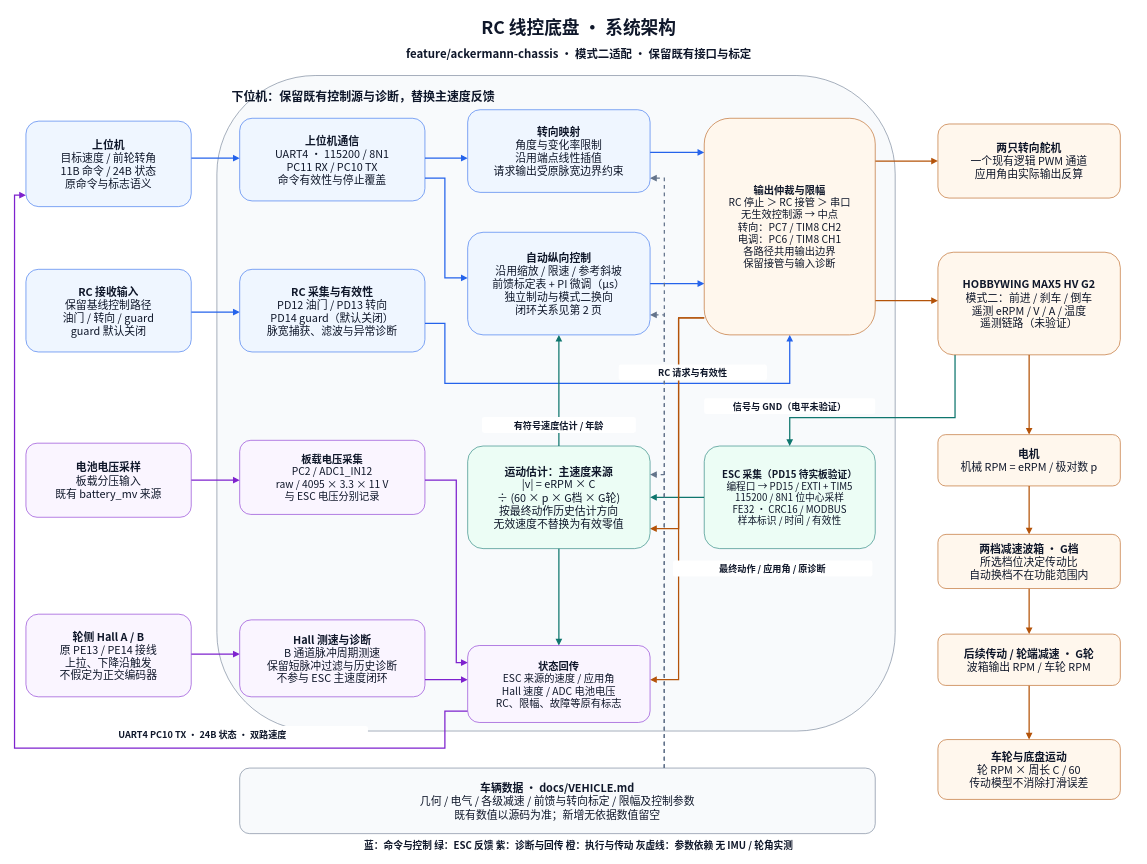
Before: page "01 系统架构与数据来源" (1 of 2) of docs/diagrams/chassis.drawio in XM-LEES/RCCar-Firmware, a draw.io diagram. Source tidied: cells renumbered, new cells numbered last; positions are measured from the earlier drawing's top-left corner, leaving out a move shared by most shapes. Both pictures are drawn from the tidied source at 57%, with x=0, y=0 at pixel (14, 10).
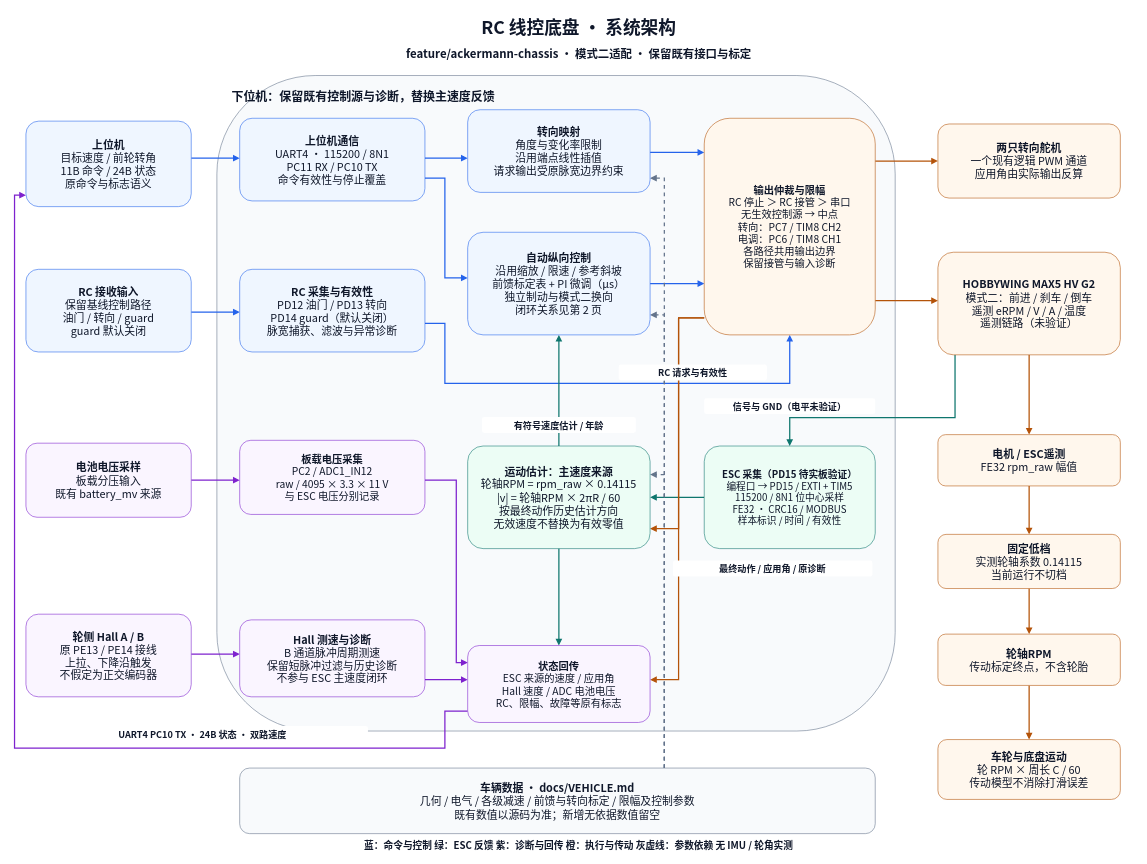
The same diagram, later.

Diff of the diagram source:
```diff
@@
-    <mxCell id="43" value="&lt;b&gt;运动估计：主速度来源&lt;/b&gt;&lt;br&gt;|v| = eRPM × C&lt;br&gt;÷ (60 × p × G档 × G轮)&lt;br&gt;按最终动作历史估计方向&lt;br&gt;无效速度不替换为有效零值" style="rounded=1;whiteSpace=wrap;html=1;fontFamily=Noto Sans CJK SC;fontSize=19;fontColor=#0f172a;fillColor=#ecfdf5;strokeColor=#0f766e;spacing=8;" parent="1" vertex="1">
+    <mxCell id="43" value="&lt;b&gt;运动估计：主速度来源&lt;/b&gt;&lt;br&gt;轮轴RPM = rpm_raw × 0.14115&lt;br&gt;|v| = 轮轴RPM × 2πR / 60&lt;br&gt;按最终动作历史估计方向&lt;br&gt;无效速度不替换为有效零值" style="rounded=1;whiteSpace=wrap;html=1;fontFamily=Noto Sans CJK SC;fontSize=19;fontColor=#0f172a;fillColor=#ecfdf5;strokeColor=#0f766e;spacing=8;" parent="1" vertex="1">
       <mxGeometry x="795" y="765" width="320" height="180" as="geometry" />
     </mxCell>
@@
-    <mxCell id="48" value="&lt;b&gt;电机&lt;/b&gt;&lt;br&gt;机械 RPM = eRPM / 极对数 p" style="rounded=1;whiteSpace=wrap;html=1;fontFamily=Noto Sans CJK SC;fontSize=19;fontColor=#0f172a;fillColor=#fff7ed;strokeColor=#b45309;spacing=8;" parent="1" vertex="1">
+    <mxCell id="48" value="&lt;b&gt;电机 / ESC遥测&lt;/b&gt;&lt;br&gt;FE32 rpm_raw 幅值" style="rounded=1;whiteSpace=wrap;html=1;fontFamily=Noto Sans CJK SC;fontSize=19;fontColor=#0f172a;fillColor=#fff7ed;strokeColor=#b45309;spacing=8;" parent="1" vertex="1">
       <mxGeometry x="1620" y="745" width="320" height="90" as="geometry" />
     </mxCell>
-    <mxCell id="49" value="&lt;b&gt;两档减速波箱 · G档&lt;/b&gt;&lt;br&gt;所选档位决定传动比&lt;br&gt;自动换档不在功能范围内" style="rounded=1;whiteSpace=wrap;html=1;fontFamily=Noto Sans CJK SC;fontSize=19;fontColor=#0f172a;fillColor=#fff7ed;strokeColor=#b45309;spacing=8;" parent="1" vertex="1">
+    <mxCell id="49" value="&lt;b&gt;固定低档&lt;/b&gt;&lt;br&gt;实测轮轴系数 0.14115&lt;br&gt;当前运行不切档" style="rounded=1;whiteSpace=wrap;html=1;fontFamily=Noto Sans CJK SC;fontSize=19;fontColor=#0f172a;fillColor=#fff7ed;strokeColor=#b45309;spacing=8;" parent="1" vertex="1">
       <mxGeometry x="1620" y="920" width="320" height="95" as="geometry" />
     </mxCell>
-    <mxCell id="50" value="&lt;b&gt;后续传动 / 轮端减速 · G轮&lt;/b&gt;&lt;br&gt;波箱输出 RPM / 车轮 RPM" style="rounded=1;whiteSpace=wrap;html=1;fontFamily=Noto Sans CJK SC;fontSize=19;fontColor=#0f172a;fillColor=#fff7ed;strokeColor=#b45309;spacing=8;" parent="1" vertex="1">
+    <mxCell id="50" value="&lt;b&gt;轮轴RPM&lt;/b&gt;&lt;br&gt;传动标定终点，不含轮胎" style="rounded=1;whiteSpace=wrap;html=1;fontFamily=Noto Sans CJK SC;fontSize=19;fontColor=#0f172a;fillColor=#fff7ed;strokeColor=#b45309;spacing=8;" parent="1" vertex="1">
       <mxGeometry x="1620" y="1095" width="320" height="90" as="geometry" />
     </mxCell>
```
